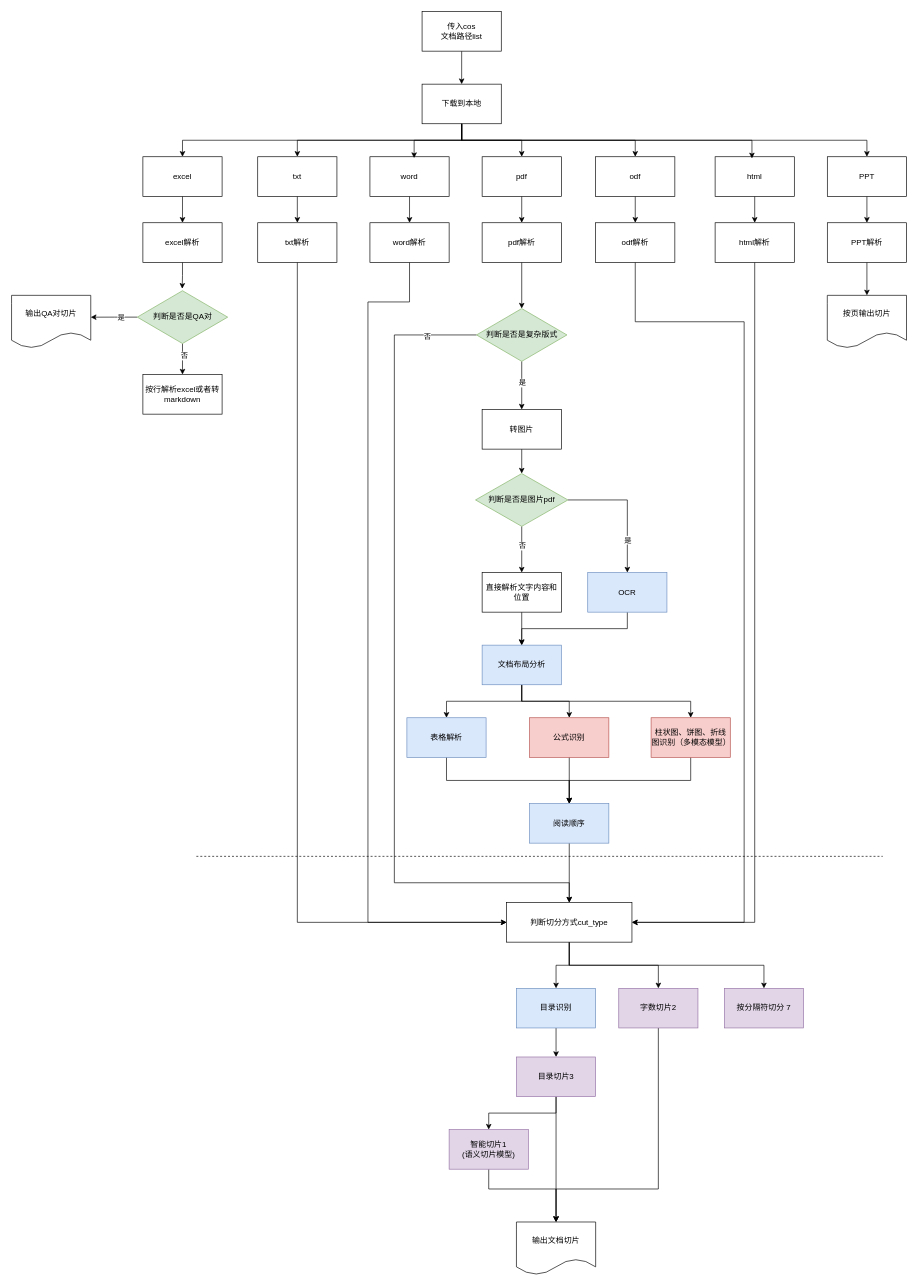
Above: Untitled Diagram.drawio in archwolf118/AI (draw.io), before the change. Source tidied: cells renumbered, new cells numbered last; positions are measured from the earlier drawing's top-left corner, leaving out a move shared by most shapes. Both pictures are drawn from the tidied source at 66%, with x=0, y=0 at pixel (11, 11).
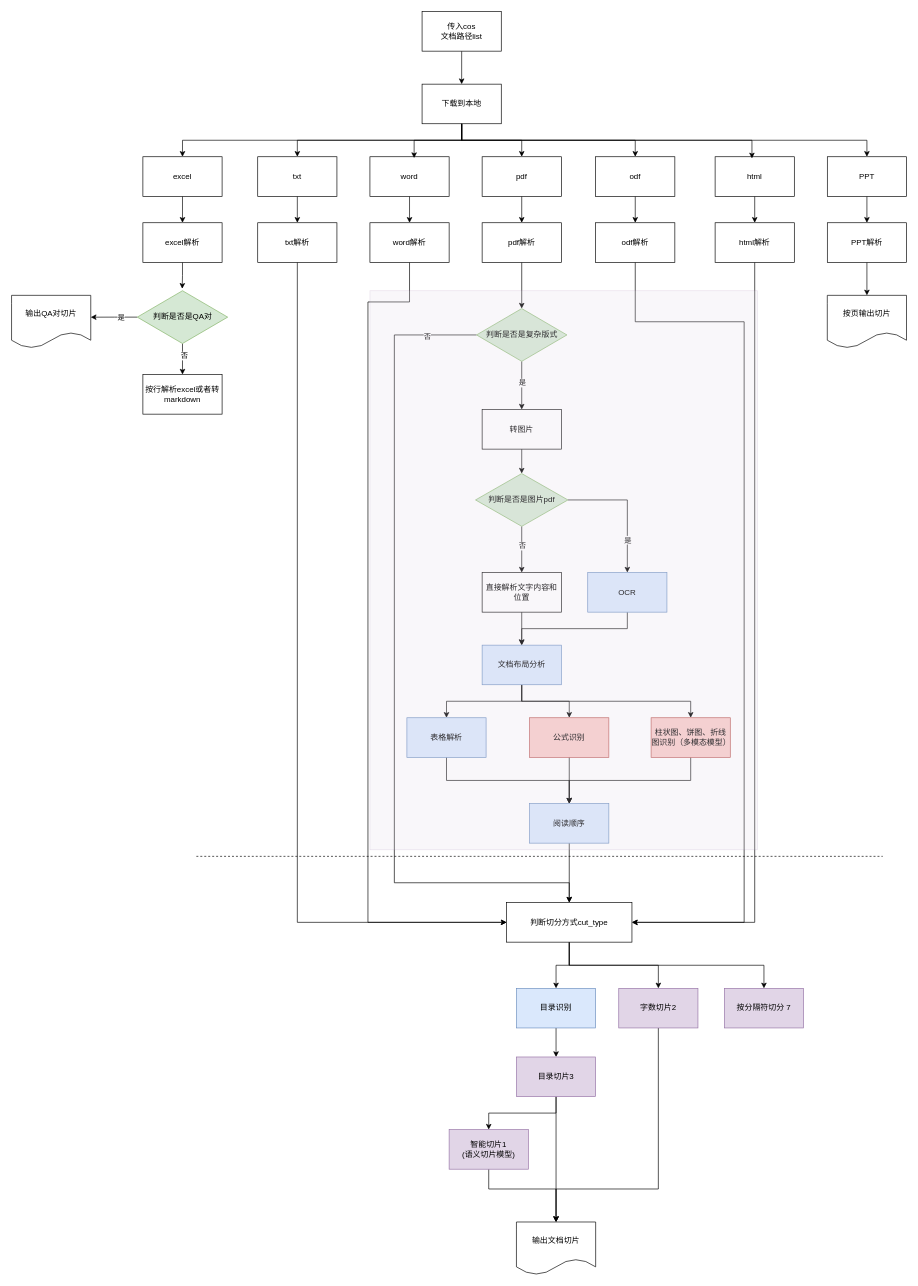
The same page after the edit.

Change to the diagram source:
```diff
@@
+    <mxCell id="92" style="rounded=0;whiteSpace=wrap;html=1;opacity=20;fillColor=#e1d5e7;strokeColor=#9673a6;" parent="1" vertex="1">
+      <mxGeometry x="543" y="423" width="587" height="847" as="geometry" />
+    </mxCell>
```
